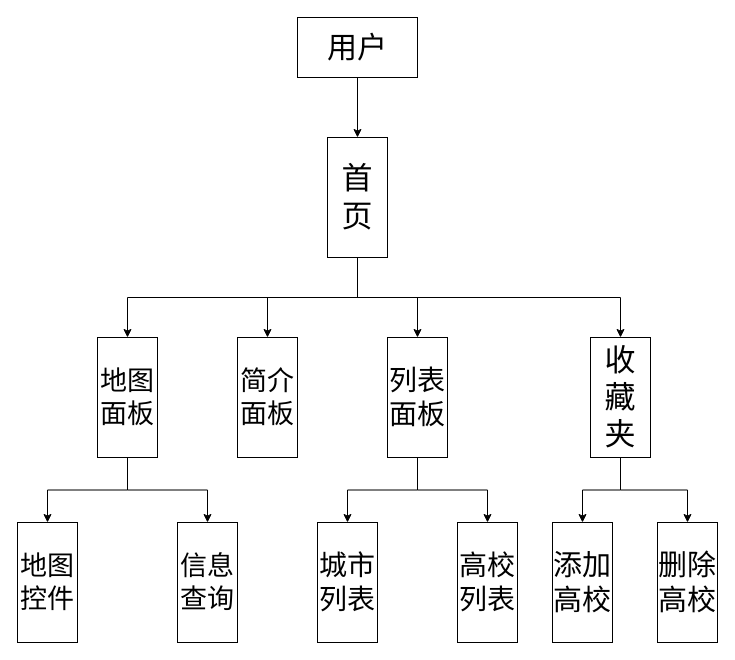
The draw.io diagram 未命名绘图.drawio in OnetakeDL/iodraw-files, before the edit. Source tidied: cells renumbered, new cells numbered last; positions are measured from the earlier drawing's top-left corner, leaving out a move shared by most shapes. Both pictures are drawn from the tidied source at 100%, with x=0, y=0 at pixel (17, 17).
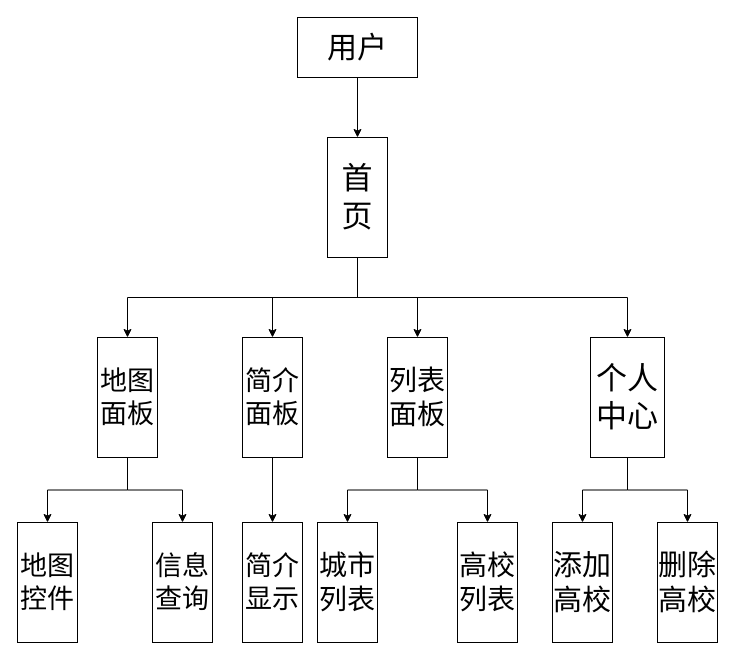
Above is the later version.

Commit message:
系统架构图.drawio

Change to the diagram source:
```diff
@@
-    <mxCell id="11" value="&lt;font style=&quot;font-size: 31px;&quot;&gt;收藏夹&lt;/font&gt;" style="rounded=0;whiteSpace=wrap;html=1;direction=south;" parent="1" vertex="1">
-      <mxGeometry x="573" y="320" width="60" height="120" as="geometry" />
+    <mxCell id="11" value="&lt;span style=&quot;font-size: 31px;&quot;&gt;个人中心&lt;/span&gt;" style="rounded=0;whiteSpace=wrap;html=1;direction=south;" parent="1" vertex="1">
+      <mxGeometry x="573" y="320" width="74" height="120" as="geometry" />
     </mxCell>
@@
+    <mxCell id="25" style="edgeStyle=orthogonalEdgeStyle;rounded=0;jettySize=auto;html=1;exitX=1;exitY=0.5;exitDx=0;exitDy=0;entryX=0;entryY=0.5;entryDx=0;entryDy=0;" parent="1" edge="1" source="15" target="26">
+      <mxGeometry relative="1" as="geometry" />
+    </mxCell>
     <mxCell id="15" value="&lt;font style=&quot;font-size: 27px;&quot;&gt;简介面板&lt;/font&gt;" style="rounded=0;whiteSpace=wrap;html=1;direction=south;" parent="1" vertex="1">
-      <mxGeometry x="220" y="320" width="60" height="120" as="geometry" />
+      <mxGeometry x="225" y="320" width="60" height="120" as="geometry" />
     </mxCell>
@@
     <mxCell id="21" value="&lt;font style=&quot;font-size: 27px;&quot;&gt;信息查询&lt;/font&gt;" style="rounded=0;whiteSpace=wrap;html=1;direction=south;" parent="1" vertex="1">
-      <mxGeometry x="160" y="505" width="60" height="120" as="geometry" />
+      <mxGeometry x="135" y="505" width="60" height="120" as="geometry" />
     </mxCell>
@@
+    <mxCell id="26" value="&lt;font style=&quot;font-size: 27px;&quot;&gt;简介显示&lt;/font&gt;" style="rounded=0;whiteSpace=wrap;html=1;direction=south;" parent="1" vertex="1">
+      <mxGeometry x="225" y="505" width="60" height="120" as="geometry" />
+    </mxCell>
```
